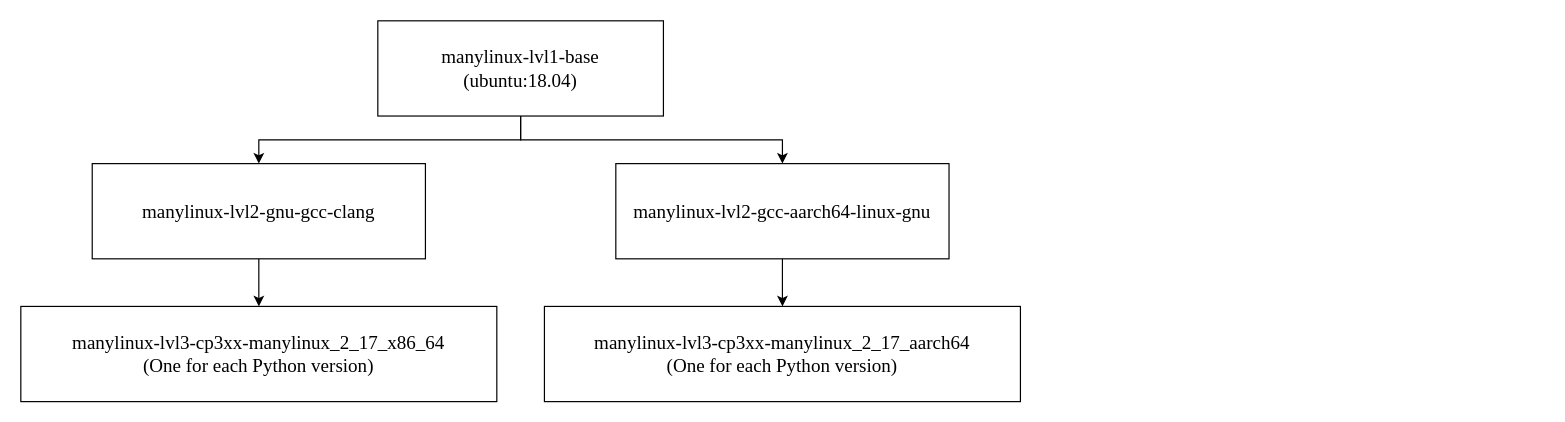
andreslilloortiz/pookie keeps this draw.io diagram as page "manylinux" (1 of 3) of images/Docker_layer_graph.drawio. Above is the earlier version. Source tidied: cells renumbered, new cells numbered last; positions are measured from the earlier drawing's top-left corner, leaving out a move shared by most shapes. Both pictures are drawn from the tidied source at 119%, with x=0, y=0 at pixel (20, 20).
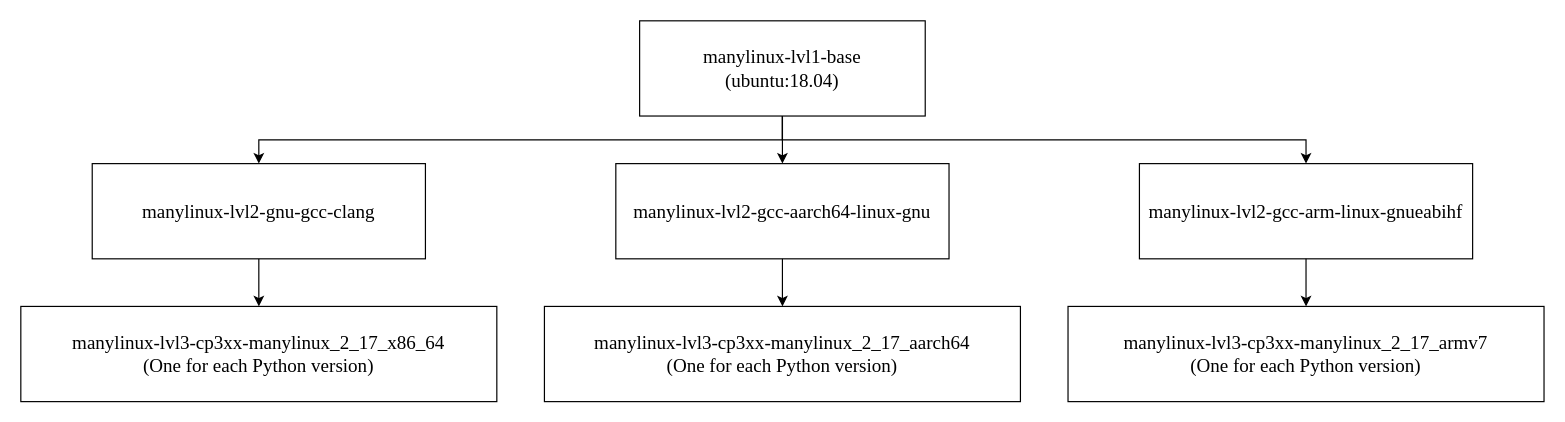
Above is the later version.

Commit message (it also covers changes not shown here):
Images many armv7

What changed in the source:
```diff
@@
 <mxGraphModel>
   <root>
     <mxCell id="0" />
     <mxCell id="1" parent="0" />
     <mxCell id="2" style="edgeStyle=orthogonalEdgeStyle;rounded=0;jettySize=auto;html=1;exitX=0.5;exitY=1;exitDx=0;exitDy=0;entryX=0.5;entryY=0;entryDx=0;entryDy=0;fontSize=16;fontColor=default;fontFamily=Times New Roman;" parent="1" edge="1" source="3" target="5">
       <mxGeometry relative="1" as="geometry" />
     </mxCell>
     <mxCell id="3" value="&lt;font&gt;manylinux-lvl1-base&lt;/font&gt;&lt;div&gt;&lt;font&gt;(ubuntu:18.04)&lt;/font&gt;&lt;/div&gt;" style="rounded=0;whiteSpace=wrap;html=1;fontSize=16;gradientColor=none;fillColor=default;strokeColor=default;fontFamily=Times New Roman;" parent="1" vertex="1">
-      <mxGeometry x="300" width="240" height="80" as="geometry" />
+      <mxGeometry x="520" width="240" height="80" as="geometry" />
     </mxCell>
     <mxCell id="4" style="edgeStyle=orthogonalEdgeStyle;rounded=0;jettySize=auto;html=1;exitX=0.5;exitY=1;exitDx=0;exitDy=0;entryX=0.5;entryY=0;entryDx=0;entryDy=0;fontSize=16;fontColor=default;fontFamily=Times New Roman;" parent="1" edge="1" source="5" target="6">
       <mxGeometry relative="1" as="geometry" />
     </mxCell>
     <mxCell id="5" value="&lt;font&gt;manylinux-lvl2-gnu-gcc-clang&lt;/font&gt;" style="rounded=0;whiteSpace=wrap;html=1;strokeColor=default;fontSize=16;fontColor=default;fontFamily=Times New Roman;" parent="1" vertex="1">
       <mxGeometry x="60" y="120" width="280" height="80" as="geometry" />
     </mxCell>
     <mxCell id="6" value="&lt;font&gt;manylinux-&lt;span style=&quot;&quot;&gt;lvl3&lt;/span&gt;-&lt;span style=&quot;&quot;&gt;cp3xx-manylinux_2_17_x86_64&lt;/span&gt;&lt;br&gt;(One for each Python version)&lt;/font&gt;" style="rounded=0;whiteSpace=wrap;html=1;strokeColor=default;fontSize=16;fontColor=default;fontFamily=Times New Roman;" parent="1" vertex="1">
       <mxGeometry y="240" width="400" height="80" as="geometry" />
     </mxCell>
     <mxCell id="7" value="&lt;font&gt;manylinux-lvl2-gcc-aarch64-linux-gnu&lt;/font&gt;" style="rounded=0;whiteSpace=wrap;html=1;strokeColor=default;fontSize=16;fontColor=default;fontFamily=Times New Roman;" parent="1" vertex="1">
       <mxGeometry x="500" y="120" width="280" height="80" as="geometry" />
     </mxCell>
     <mxCell id="8" style="edgeStyle=orthogonalEdgeStyle;rounded=0;jettySize=auto;html=1;exitX=0.5;exitY=1;exitDx=0;exitDy=0;entryX=0.5;entryY=0;entryDx=0;entryDy=0;fontSize=16;fontColor=default;fontFamily=Times New Roman;" parent="1" edge="1" source="3" target="7">
       <mxGeometry relative="1" as="geometry" />
     </mxCell>
     <mxCell id="9" value="&lt;font&gt;manylinux-&lt;span style=&quot;&quot;&gt;lvl3&lt;/span&gt;-&lt;span style=&quot;&quot;&gt;cp3xx-manylinux_2_17_aarch64&lt;/span&gt;&lt;/font&gt;&lt;div&gt;&lt;font&gt;(One for each Python version)&lt;/font&gt;&lt;/div&gt;" style="rounded=0;whiteSpace=wrap;html=1;strokeColor=default;fontSize=16;fontColor=default;fontFamily=Times New Roman;" parent="1" vertex="1">
       <mxGeometry x="440" y="240" width="400" height="80" as="geometry" />
     </mxCell>
     <mxCell id="10" style="edgeStyle=orthogonalEdgeStyle;rounded=0;jettySize=auto;html=1;exitX=0.5;exitY=1;exitDx=0;exitDy=0;entryX=0.5;entryY=0;entryDx=0;entryDy=0;fontSize=16;fontColor=default;fontFamily=Times New Roman;" parent="1" edge="1" source="7" target="9">
       <mxGeometry relative="1" as="geometry" />
     </mxCell>
+    <mxCell id="11" value="&lt;font&gt;manylinux-lvl2-gcc-arm-linux-gnueabihf&lt;/font&gt;" style="rounded=0;whiteSpace=wrap;html=1;strokeColor=default;fontSize=16;fontColor=default;fontFamily=Times New Roman;" parent="1" vertex="1">
+      <mxGeometry x="940" y="120" width="280" height="80" as="geometry" />
+    </mxCell>
+    <mxCell id="12" style="edgeStyle=orthogonalEdgeStyle;rounded=0;jettySize=auto;html=1;exitX=0.5;exitY=1;exitDx=0;exitDy=0;entryX=0.5;entryY=0;entryDx=0;entryDy=0;fontSize=16;fontColor=default;fontFamily=Times New Roman;" parent="1" edge="1" source="3" target="11">
+      <mxGeometry relative="1" as="geometry" />
+    </mxCell>
+    <mxCell id="13" value="&lt;font&gt;manylinux-&lt;span style=&quot;&quot;&gt;lvl3&lt;/span&gt;-&lt;span style=&quot;&quot;&gt;cp3xx-manylinux_2_17&lt;/span&gt;&lt;/font&gt;_armv7&lt;div&gt;&lt;font&gt;(One for each Python version)&lt;/font&gt;&lt;/div&gt;" style="rounded=0;whiteSpace=wrap;html=1;strokeColor=default;fontSize=16;fontColor=default;fontFamily=Times New Roman;" parent="1" vertex="1">
+      <mxGeometry x="880" y="240" width="400" height="80" as="geometry" />
+    </mxCell>
+    <mxCell id="14" style="edgeStyle=orthogonalEdgeStyle;rounded=0;jettySize=auto;html=1;exitX=0.5;exitY=1;exitDx=0;exitDy=0;entryX=0.5;entryY=0;entryDx=0;entryDy=0;fontSize=16;fontColor=default;fontFamily=Times New Roman;" parent="1" edge="1" source="11" target="13">
+      <mxGeometry relative="1" as="geometry" />
+    </mxCell>
   </root>
 </mxGraphModel>
```
